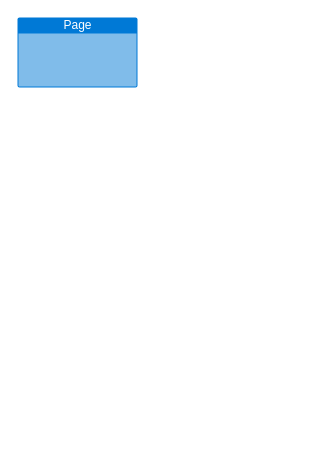
nt16145/Remote_Chat keeps this draw.io diagram as page.dio. Above is the earlier version. Source tidied: cells renumbered, new cells numbered last; positions are measured from the earlier drawing's top-left corner, leaving out a move shared by most shapes. Both pictures are drawn from the tidied source at 100%, with x=0, y=0 at pixel (17, 17).
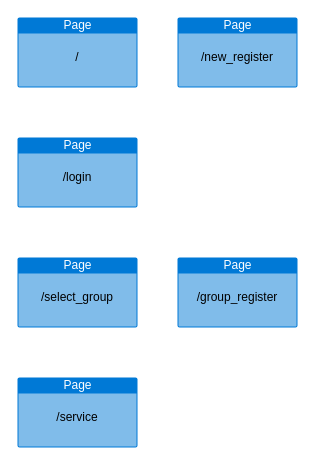
The same diagram, later.

Change to the diagram source:
```diff
@@
 <mxGraphModel>
   <root>
     <mxCell id="0" />
     <mxCell id="1" parent="0" />
     <mxCell id="2" value="Page" style="html=1;strokeColor=none;fillColor=#0079D6;labelPosition=center;verticalLabelPosition=middle;verticalAlign=top;align=center;fontSize=12;spacingTop=-6;fontColor=#FFFFFF;shape=mxgraph.sitemap.page;" parent="1" vertex="1">
       <mxGeometry width="120" height="70" as="geometry" />
     </mxCell>
+    <mxCell id="3" value="Page" style="html=1;strokeColor=none;fillColor=#0079D6;labelPosition=center;verticalLabelPosition=middle;verticalAlign=top;align=center;fontSize=12;spacingTop=-6;fontColor=#FFFFFF;shape=mxgraph.sitemap.page;" parent="1" vertex="1">
+      <mxGeometry y="120" width="120" height="70" as="geometry" />
+    </mxCell>
+    <mxCell id="4" value="Page" style="html=1;strokeColor=none;fillColor=#0079D6;labelPosition=center;verticalLabelPosition=middle;verticalAlign=top;align=center;fontSize=12;spacingTop=-6;fontColor=#FFFFFF;shape=mxgraph.sitemap.page;" parent="1" vertex="1">
+      <mxGeometry y="240" width="120" height="70" as="geometry" />
+    </mxCell>
+    <mxCell id="5" value="Page" style="html=1;strokeColor=none;fillColor=#0079D6;labelPosition=center;verticalLabelPosition=middle;verticalAlign=top;align=center;fontSize=12;spacingTop=-6;fontColor=#FFFFFF;shape=mxgraph.sitemap.page;" parent="1" vertex="1">
+      <mxGeometry x="160" y="240" width="120" height="70" as="geometry" />
+    </mxCell>
+    <mxCell id="6" value="Page" style="html=1;strokeColor=none;fillColor=#0079D6;labelPosition=center;verticalLabelPosition=middle;verticalAlign=top;align=center;fontSize=12;spacingTop=-6;fontColor=#FFFFFF;shape=mxgraph.sitemap.page;" parent="1" vertex="1">
+      <mxGeometry y="360" width="120" height="70" as="geometry" />
+    </mxCell>
+    <mxCell id="7" value="&lt;font color=&quot;#000000&quot;&gt;/&lt;/font&gt;" style="text;html=1;strokeColor=none;fillColor=none;align=center;verticalAlign=middle;whiteSpace=wrap;rounded=0;rotation=0;" parent="1" vertex="1">
+      <mxGeometry x="40" y="30" width="40" height="20" as="geometry" />
+    </mxCell>
+    <mxCell id="8" value="&lt;font color=&quot;#000000&quot;&gt;/login&lt;/font&gt;" style="text;html=1;strokeColor=none;fillColor=none;align=center;verticalAlign=middle;whiteSpace=wrap;rounded=0;" parent="1" vertex="1">
+      <mxGeometry x="40" y="150" width="40" height="20" as="geometry" />
+    </mxCell>
+    <mxCell id="9" value="&lt;font color=&quot;#000000&quot;&gt;/select_group&lt;/font&gt;" style="text;html=1;strokeColor=none;fillColor=none;align=center;verticalAlign=middle;whiteSpace=wrap;rounded=0;" parent="1" vertex="1">
+      <mxGeometry x="40" y="270" width="40" height="20" as="geometry" />
+    </mxCell>
+    <mxCell id="10" value="&lt;font color=&quot;#000000&quot;&gt;/group_register&lt;/font&gt;" style="text;html=1;strokeColor=none;fillColor=none;align=center;verticalAlign=middle;whiteSpace=wrap;rounded=0;" parent="1" vertex="1">
+      <mxGeometry x="200" y="270" width="40" height="20" as="geometry" />
+    </mxCell>
+    <mxCell id="11" value="&lt;font color=&quot;#000000&quot;&gt;/service&lt;/font&gt;" style="text;html=1;strokeColor=none;fillColor=none;align=center;verticalAlign=middle;whiteSpace=wrap;rounded=0;" parent="1" vertex="1">
+      <mxGeometry x="40" y="390" width="40" height="20" as="geometry" />
+    </mxCell>
+    <mxCell id="12" value="Page" style="html=1;strokeColor=none;fillColor=#0079D6;labelPosition=center;verticalLabelPosition=middle;verticalAlign=top;align=center;fontSize=12;spacingTop=-6;fontColor=#FFFFFF;shape=mxgraph.sitemap.page;" parent="1" vertex="1">
+      <mxGeometry x="160" width="120" height="70" as="geometry" />
+    </mxCell>
+    <mxCell id="13" value="&lt;font color=&quot;#000000&quot;&gt;/new_register&lt;/font&gt;" style="text;html=1;strokeColor=none;fillColor=none;align=center;verticalAlign=middle;whiteSpace=wrap;rounded=0;rotation=0;" parent="1" vertex="1">
+      <mxGeometry x="200" y="30" width="40" height="20" as="geometry" />
+    </mxCell>
   </root>
 </mxGraphModel>
```
